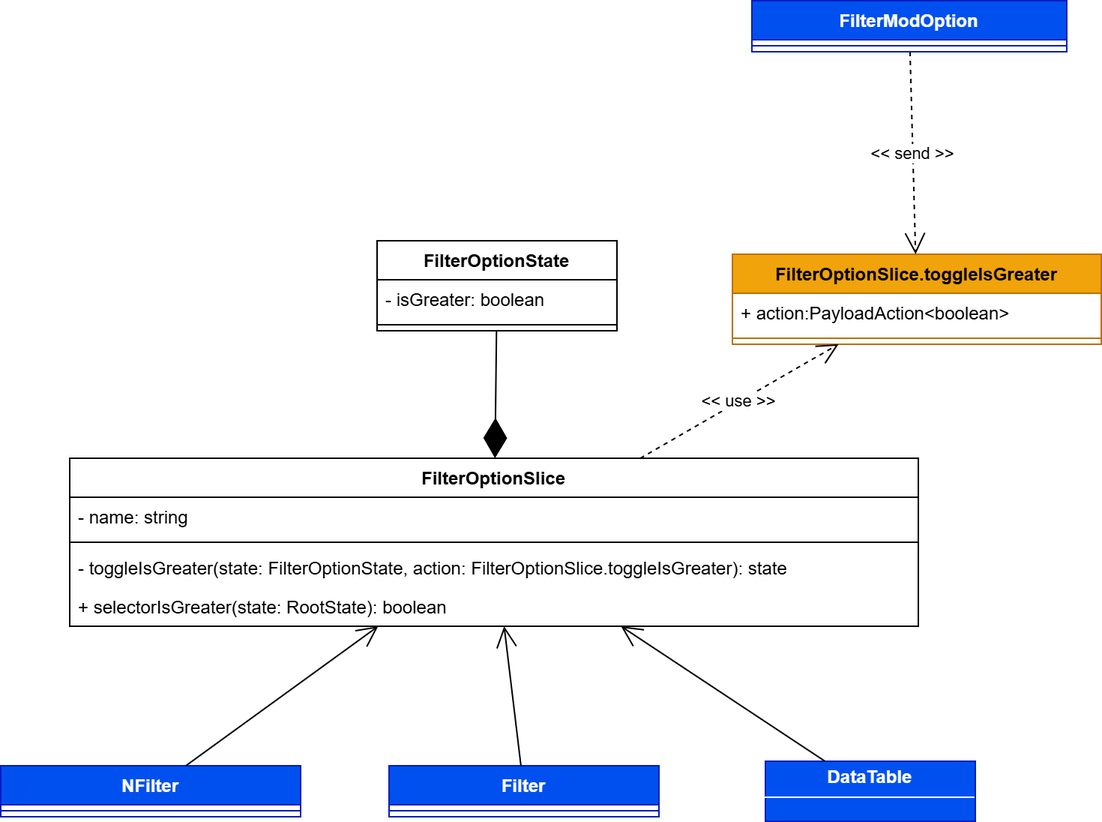
Before: Docs/PB/Generali Esterni/specifica_tecnica/template/images/uml_front/logic/filteroptionslice.png, a diagram exported from draw.io (6BitBusters/6BitBusters.github.io). Source tidied: cells renumbered, new cells last; positions are measured from the earlier drawing's top-left corner, leaving out a move shared by most shapes.
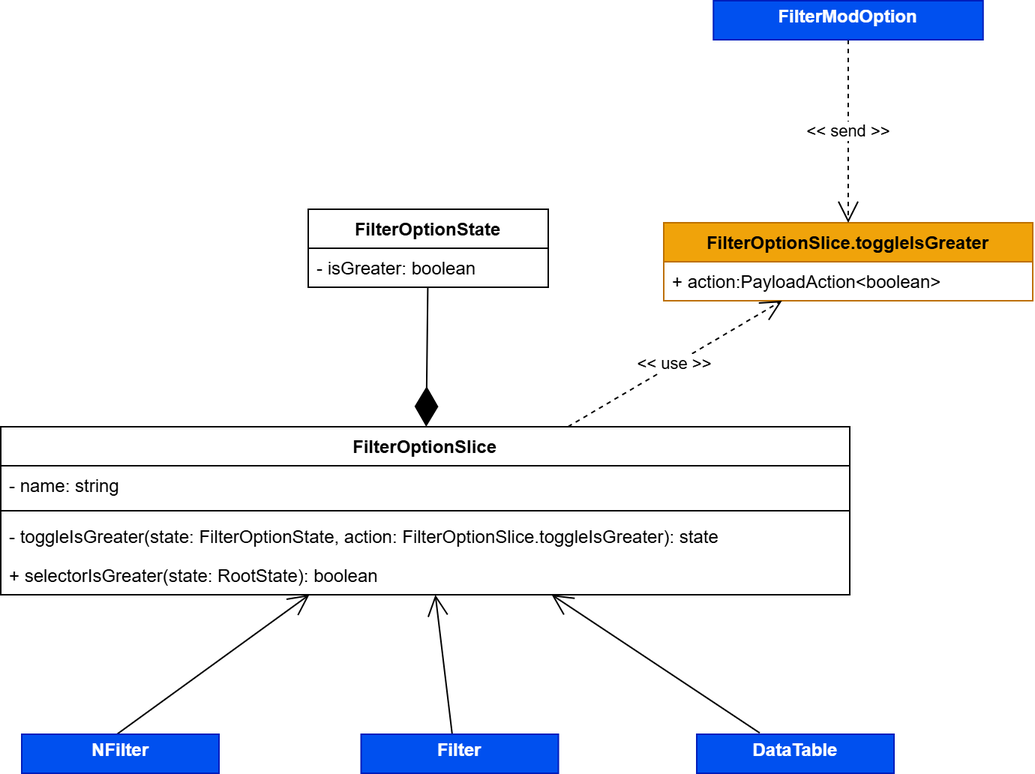
Above is the later version.

What changed in the source:
```diff
@@ -2,30 +2,19 @@
   <root>
     <mxCell id="0" />
     <mxCell id="1" parent="0" />
-    <mxCell id="2" value="&lt;p style=&quot;margin:0px;margin-top:4px;text-align:center;&quot;&gt;&lt;b&gt;DataTable&lt;/b&gt;&lt;/p&gt;&lt;hr size=&quot;1&quot; style=&quot;border-style:solid;&quot;&gt;&lt;div style=&quot;height:2px;&quot;&gt;&lt;/div&gt;" style="verticalAlign=top;align=left;overflow=fill;html=1;whiteSpace=wrap;fillColor=#0050ef;fontColor=#ffffff;strokeColor=#001DBC;" parent="1" vertex="1">
-      <mxGeometry x="510" y="507" width="140" height="40" as="geometry" />
-    </mxCell>
-    <mxCell id="3" style="endArrow=open;endFill=1;endSize=12;html=1;rounded=0;" parent="1" edge="1" source="2" target="10">
+    <mxCell id="3" style="endArrow=open;endFill=1;endSize=12;html=1;rounded=0;exitX=0.319;exitY=-0.034;exitDx=0;exitDy=0;exitPerimeter=0;" parent="1" edge="1" source="2" target="10">
       <mxGeometry relative="1" as="geometry" />
     </mxCell>
-    <mxCell id="4" value="Filter" style="swimlane;fontStyle=1;align=center;verticalAlign=top;horizontal=1;startSize=26;whiteSpace=wrap;html=1;fillColor=#0050ef;fontColor=#ffffff;strokeColor=#001DBC;" parent="1" vertex="1">
-      <mxGeometry x="259" y="510" width="180" height="34" as="geometry" />
-    </mxCell>
-    <mxCell id="5" style="line;strokeWidth=1;fillColor=none;align=left;verticalAlign=middle;spacingTop=-1;spacingLeft=3;spacingRight=3;labelPosition=right;strokeColor=inherit;" parent="4" vertex="1">
-      <mxGeometry y="26" width="180" height="8" as="geometry" />
-    </mxCell>
-    <mxCell id="6" value="NFilter" style="swimlane;fontStyle=1;align=center;verticalAlign=top;horizontal=1;startSize=26;whiteSpace=wrap;html=1;fillColor=#0050ef;fontColor=#ffffff;strokeColor=#001DBC;" parent="1" vertex="1">
-      <mxGeometry y="510" width="200" height="34" as="geometry" />
-    </mxCell>
-    <mxCell id="7" style="line;strokeWidth=1;fillColor=none;align=left;verticalAlign=middle;spacingTop=-1;spacingLeft=3;spacingRight=3;labelPosition=right;strokeColor=inherit;" parent="6" vertex="1">
-      <mxGeometry y="26" width="200" height="8" as="geometry" />
-    </mxCell>
-    <mxCell id="8" style="endArrow=open;endFill=1;endSize=12;html=1;rounded=0;" parent="1" edge="1" source="4" target="10">
-      <mxGeometry relative="1" as="geometry" />
-    </mxCell>
-    <mxCell id="9" style="endArrow=open;endFill=1;endSize=12;html=1;rounded=0;" parent="1" edge="1" source="6" target="10">
-      <mxGeometry relative="1" as="geometry" />
-    </mxCell>
+    <mxCell id="26" style="endArrow=open;endFill=1;endSize=12;html=1;rounded=0;" parent="1" edge="1" target="10">
+      <mxGeometry relative="1" as="geometry">
+        <mxPoint x="347" y="510" as="sourcePoint" />
+      </mxGeometry>
+    </mxCell>
+    <mxCell id="27" style="endArrow=open;endFill=1;endSize=12;html=1;rounded=0;" parent="1" edge="1" target="10">
+      <mxGeometry relative="1" as="geometry">
+        <mxPoint x="123.5" y="510" as="sourcePoint" />
+      </mxGeometry>
+    </mxCell>
     <mxCell id="10" value="FilterOptionSlice" style="swimlane;fontStyle=1;align=center;verticalAlign=top;horizontal=1;startSize=26;whiteSpace=wrap;html=1;" parent="1" vertex="1">
       <mxGeometry x="46" y="305" width="566" height="112" as="geometry" />
     </mxCell>
@@ -42,37 +31,42 @@
       <mxGeometry y="86" width="566" height="26" as="geometry" />
     </mxCell>
     <mxCell id="15" value="FilterOptionState" style="swimlane;fontStyle=1;align=center;verticalAlign=top;horizontal=1;startSize=26;whiteSpace=wrap;html=1;" parent="1" vertex="1">
-      <mxGeometry x="251" y="160" width="160" height="60" as="geometry" />
+      <mxGeometry x="251" y="160" width="160" height="52" as="geometry" />
     </mxCell>
     <mxCell id="16" value="&lt;div&gt;- isGreater: boolean&lt;/div&gt;" style="text;strokeColor=none;fillColor=none;align=left;verticalAlign=top;spacingLeft=4;spacingRight=4;overflow=hidden;whiteSpace=wrap;html=1;" parent="15" vertex="1">
       <mxGeometry y="26" width="160" height="26" as="geometry" />
     </mxCell>
-    <mxCell id="17" style="line;strokeWidth=1;fillColor=none;align=left;verticalAlign=middle;spacingTop=-1;spacingLeft=3;spacingRight=3;labelPosition=right;strokeColor=inherit;" parent="15" vertex="1">
-      <mxGeometry y="52" width="160" height="8" as="geometry" />
-    </mxCell>
     <mxCell id="18" style="endArrow=diamondThin;endFill=1;endSize=24;html=1;rounded=0;" parent="1" edge="1" source="15" target="10">
       <mxGeometry relative="1" as="geometry" />
     </mxCell>
     <mxCell id="19" value="FilterOptionSlice.toggleIsGreater" style="swimlane;fontStyle=1;align=center;verticalAlign=top;horizontal=1;startSize=26;whiteSpace=wrap;html=1;fillColor=#f0a30a;fontColor=#000000;strokeColor=#BD7000;" parent="1" vertex="1">
-      <mxGeometry x="488" y="169" width="246" height="60" as="geometry" />
+      <mxGeometry x="488" y="169" width="246" height="52" as="geometry" />
     </mxCell>
     <mxCell id="20" value="+ action:PayloadAction&amp;lt;boolean&amp;gt;" style="text;strokeColor=none;fillColor=none;align=left;verticalAlign=top;spacingLeft=4;spacingRight=4;overflow=hidden;whiteSpace=wrap;html=1;" parent="19" vertex="1">
       <mxGeometry y="26" width="246" height="26" as="geometry" />
     </mxCell>
-    <mxCell id="21" style="line;strokeWidth=1;fillColor=none;align=left;verticalAlign=middle;spacingTop=-1;spacingLeft=3;spacingRight=3;labelPosition=right;strokeColor=inherit;" parent="19" vertex="1">
-      <mxGeometry y="52" width="246" height="8" as="geometry" />
-    </mxCell>
     <mxCell id="22" value="&amp;lt;&amp;lt; use &amp;gt;&amp;gt;" style="endArrow=open;endSize=12;dashed=1;html=1;rounded=0;" parent="1" edge="1" source="10" target="19">
       <mxGeometry relative="1" as="geometry" />
     </mxCell>
     <mxCell id="23" value="&amp;lt;&amp;lt; send &amp;gt;&amp;gt;" style="endArrow=open;endSize=12;dashed=1;html=1;rounded=0;" parent="1" edge="1" source="24" target="19">
       <mxGeometry relative="1" as="geometry" />
     </mxCell>
+    <mxCell id="4" value="&lt;p style=&quot;margin:0px;margin-top:4px;text-align:center;&quot;&gt;&lt;b&gt;Filter&lt;/b&gt;&lt;/p&gt;&lt;p style=&quot;margin:0px;margin-top:4px;text-align:center;&quot;&gt;&lt;b&gt;&lt;br&gt;&lt;/b&gt;&lt;/p&gt;" style="verticalAlign=top;align=left;overflow=fill;html=1;whiteSpace=wrap;fillColor=#0050ef;fontColor=#ffffff;strokeColor=#001DBC;" parent="1" vertex="1">
+      <mxGeometry x="286.2" y="510" width="131.5" height="26" as="geometry" />
+    </mxCell>
+    <mxCell id="6" value="&lt;p style=&quot;margin:0px;margin-top:4px;text-align:center;&quot;&gt;&lt;b&gt;NFilter&lt;/b&gt;&lt;/p&gt;&lt;p style=&quot;margin:0px;margin-top:4px;text-align:center;&quot;&gt;&lt;b&gt;&lt;br&gt;&lt;/b&gt;&lt;/p&gt;" style="verticalAlign=top;align=left;overflow=fill;html=1;whiteSpace=wrap;fillColor=#0050ef;fontColor=#ffffff;strokeColor=#001DBC;" parent="1" vertex="1">
+      <mxGeometry x="60" y="510" width="131.5" height="26" as="geometry" />
+    </mxCell>
+    <mxCell id="2" value="&lt;p style=&quot;margin:0px;margin-top:4px;text-align:center;&quot;&gt;&lt;b&gt;DataTable&lt;/b&gt;&lt;/p&gt;" style="verticalAlign=top;align=left;overflow=fill;html=1;whiteSpace=wrap;fillColor=#0050ef;fontColor=#ffffff;strokeColor=#001DBC;" parent="1" vertex="1">
+      <mxGeometry x="510" y="510" width="131.5" height="26" as="geometry" />
+    </mxCell>
+    <mxCell id="28" style="endArrow=open;endSize=12;dashed=1;html=1;rounded=0;" parent="1" edge="1" target="24">
+      <mxGeometry relative="1" as="geometry">
+        <mxPoint x="611" y="34" as="sourcePoint" />
+      </mxGeometry>
+    </mxCell>
-    <mxCell id="24" value="FilterModOption" style="swimlane;fontStyle=1;align=center;verticalAlign=top;horizontal=1;startSize=26;whiteSpace=wrap;html=1;fillColor=#0050ef;fontColor=#ffffff;strokeColor=#001DBC;" parent="1" vertex="1">
-      <mxGeometry x="501" width="210" height="34" as="geometry" />
+    <mxCell id="24" value="&lt;p style=&quot;margin:0px;margin-top:4px;text-align:center;&quot;&gt;&lt;b&gt;FilterModOption&lt;/b&gt;&lt;/p&gt;" style="verticalAlign=top;align=left;overflow=fill;html=1;whiteSpace=wrap;fillColor=#0050ef;fontColor=#ffffff;strokeColor=#001DBC;" parent="1" vertex="1">
+      <mxGeometry x="521.1" y="21" width="179.8" height="26" as="geometry" />
     </mxCell>
-    <mxCell id="25" style="line;strokeWidth=1;fillColor=none;align=left;verticalAlign=middle;spacingTop=-1;spacingLeft=3;spacingRight=3;labelPosition=right;strokeColor=inherit;" parent="24" vertex="1">
-      <mxGeometry y="26" width="210" height="8" as="geometry" />
-    </mxCell>
   </root>
 </mxGraphModel>
```
